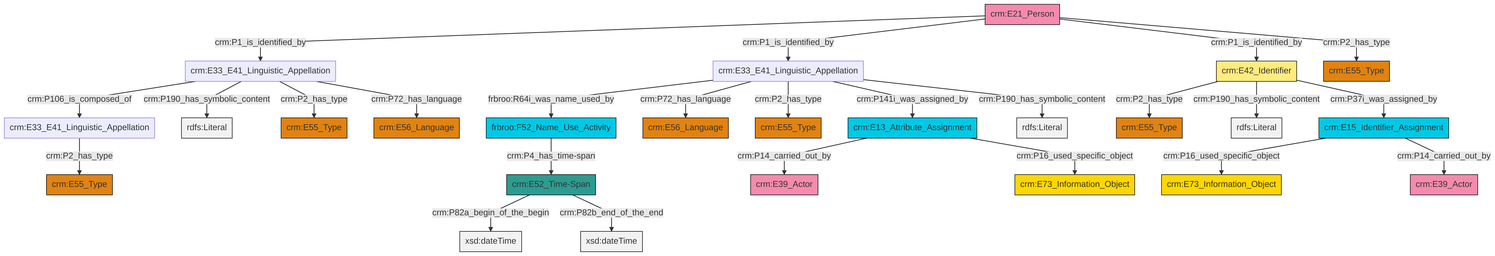
Before: et/personCSV/ttl/mmd/png/Person_Names_and_Classification.png, a diagram exported from Mermaid (swiss-art-research-net/docs.swissartresearch). Its source is kept beside it as et/personCSV/ttl/mmd/Person_Names_and_Classification.ttl.mmd.
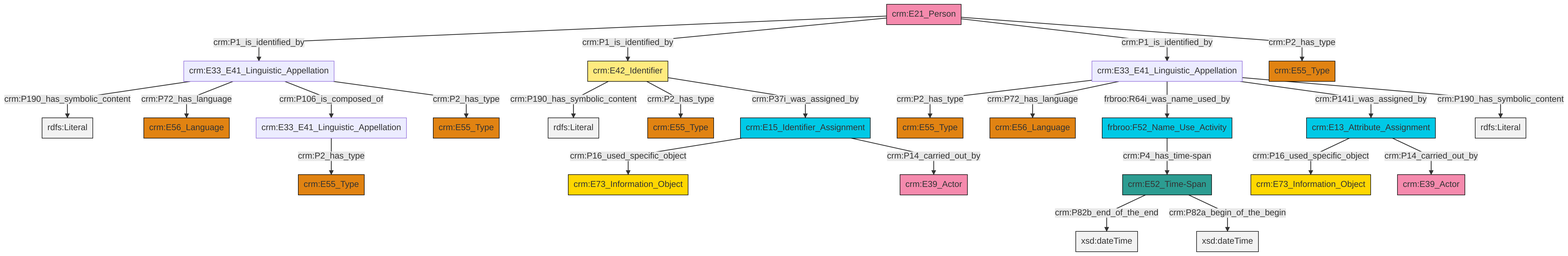
After the change.

What changed in the source:
```diff
@@ -13,27 +13,27 @@
 classDef PC_Classes fill:#4ce600, stroke:#000000;
 classDef Multi fill:#cccccc,stroke:#000000;
 
-4["crm:E21_Person"]:::Actor -->|crm:P1_is_identified_by| 5["crm:E33_E41_Linguistic_Appellation"]:::Default
-2["frbroo:F52_Name_Use_Activity"]:::Temporal_Entity -->|crm:P4_has_time-span| 6["crm:E52_Time-Span"]:::Time-Span
-4["crm:E21_Person"]:::Actor -->|crm:P1_is_identified_by| 7["crm:E33_E41_Linguistic_Appellation"]:::Default
-4["crm:E21_Person"]:::Actor -->|crm:P1_is_identified_by| 8["crm:E42_Identifier"]:::Appellation
-8["crm:E42_Identifier"]:::Appellation -->|crm:P2_has_type| 10["crm:E55_Type"]:::Type
-5["crm:E33_E41_Linguistic_Appellation"]:::Default -->|crm:P106_is_composed_of| 16["crm:E33_E41_Linguistic_Appellation"]:::Default
-5["crm:E33_E41_Linguistic_Appellation"]:::Default -->|crm:P190_has_symbolic_content| 17[rdfs:Literal]:::Literal
-5["crm:E33_E41_Linguistic_Appellation"]:::Default -->|crm:P2_has_type| 20["crm:E55_Type"]:::Type
-6["crm:E52_Time-Span"]:::Time-Span -->|crm:P82a_begin_of_the_begin| 21[xsd:dateTime]:::Literal
-7["crm:E33_E41_Linguistic_Appellation"]:::Default -->|frbroo:R64i_was_name_used_by| 2["frbroo:F52_Name_Use_Activity"]:::Temporal_Entity
-18["crm:E15_Identifier_Assignment"]:::Temporal_Entity -->|crm:P16_used_specific_object| 13["crm:E73_Information_Object"]:::Conceptual_Object
-24["crm:E13_Attribute_Assignment"]:::Temporal_Entity -->|crm:P14_carried_out_by| 25["crm:E39_Actor"]:::Actor
-8["crm:E42_Identifier"]:::Appellation -->|crm:P190_has_symbolic_content| 26[rdfs:Literal]:::Literal
-7["crm:E33_E41_Linguistic_Appellation"]:::Default -->|crm:P72_has_language| 30["crm:E56_Language"]:::Type
-7["crm:E33_E41_Linguistic_Appellation"]:::Default -->|crm:P2_has_type| 11["crm:E55_Type"]:::Type
-5["crm:E33_E41_Linguistic_Appellation"]:::Default -->|crm:P72_has_language| 0["crm:E56_Language"]:::Type
-16["crm:E33_E41_Linguistic_Appellation"]:::Default -->|crm:P2_has_type| 32["crm:E55_Type"]:::Type
-7["crm:E33_E41_Linguistic_Appellation"]:::Default -->|crm:P141i_was_assigned_by| 24["crm:E13_Attribute_Assignment"]:::Temporal_Entity
-8["crm:E42_Identifier"]:::Appellation -->|crm:P37i_was_assigned_by| 18["crm:E15_Identifier_Assignment"]:::Temporal_Entity
-18["crm:E15_Identifier_Assignment"]:::Temporal_Entity -->|crm:P14_carried_out_by| 34["crm:E39_Actor"]:::Actor
-7["crm:E33_E41_Linguistic_Appellation"]:::Default -->|crm:P190_has_symbolic_content| 41[rdfs:Literal]:::Literal
-24["crm:E13_Attribute_Assignment"]:::Temporal_Entity -->|crm:P16_used_specific_object| 42["crm:E73_Information_Object"]:::Conceptual_Object
-4["crm:E21_Person"]:::Actor -->|crm:P2_has_type| 39["crm:E55_Type"]:::Type
-6["crm:E52_Time-Span"]:::Time-Span -->|crm:P82b_end_of_the_end| 45[xsd:dateTime]:::Literal
+2["crm:E33_E41_Linguistic_Appellation"]:::Default -->|crm:P2_has_type| 3["crm:E55_Type"]:::Type
+8["crm:E52_Time-Span"]:::Time-Span -->|crm:P82b_end_of_the_end| 9[xsd:dateTime]:::Literal
+2["crm:E33_E41_Linguistic_Appellation"]:::Default -->|crm:P72_has_language| 10["crm:E56_Language"]:::Type
+13["crm:E42_Identifier"]:::Appellation -->|crm:P190_has_symbolic_content| 14[rdfs:Literal]:::Literal
+15["crm:E21_Person"]:::Actor -->|crm:P1_is_identified_by| 16["crm:E33_E41_Linguistic_Appellation"]:::Default
+15["crm:E21_Person"]:::Actor -->|crm:P1_is_identified_by| 13["crm:E42_Identifier"]:::Appellation
+2["crm:E33_E41_Linguistic_Appellation"]:::Default -->|frbroo:R64i_was_name_used_by| 4["frbroo:F52_Name_Use_Activity"]:::Temporal_Entity
+8["crm:E52_Time-Span"]:::Time-Span -->|crm:P82a_begin_of_the_begin| 23[xsd:dateTime]:::Literal
+13["crm:E42_Identifier"]:::Appellation -->|crm:P2_has_type| 24["crm:E55_Type"]:::Type
+6["crm:E13_Attribute_Assignment"]:::Temporal_Entity -->|crm:P16_used_specific_object| 11["crm:E73_Information_Object"]:::Conceptual_Object
+16["crm:E33_E41_Linguistic_Appellation"]:::Default -->|crm:P190_has_symbolic_content| 27[rdfs:Literal]:::Literal
+2["crm:E33_E41_Linguistic_Appellation"]:::Default -->|crm:P141i_was_assigned_by| 6["crm:E13_Attribute_Assignment"]:::Temporal_Entity
+15["crm:E21_Person"]:::Actor -->|crm:P1_is_identified_by| 2["crm:E33_E41_Linguistic_Appellation"]:::Default
+18["crm:E15_Identifier_Assignment"]:::Temporal_Entity -->|crm:P16_used_specific_object| 33["crm:E73_Information_Object"]:::Conceptual_Object
+16["crm:E33_E41_Linguistic_Appellation"]:::Default -->|crm:P72_has_language| 29["crm:E56_Language"]:::Type
+6["crm:E13_Attribute_Assignment"]:::Temporal_Entity -->|crm:P14_carried_out_by| 21["crm:E39_Actor"]:::Actor
+16["crm:E33_E41_Linguistic_Appellation"]:::Default -->|crm:P106_is_composed_of| 31["crm:E33_E41_Linguistic_Appellation"]:::Default
+16["crm:E33_E41_Linguistic_Appellation"]:::Default -->|crm:P2_has_type| 34["crm:E55_Type"]:::Type
+18["crm:E15_Identifier_Assignment"]:::Temporal_Entity -->|crm:P14_carried_out_by| 25["crm:E39_Actor"]:::Actor
+2["crm:E33_E41_Linguistic_Appellation"]:::Default -->|crm:P190_has_symbolic_content| 35[rdfs:Literal]:::Literal
+13["crm:E42_Identifier"]:::Appellation -->|crm:P37i_was_assigned_by| 18["crm:E15_Identifier_Assignment"]:::Temporal_Entity
+31["crm:E33_E41_Linguistic_Appellation"]:::Default -->|crm:P2_has_type| 38["crm:E55_Type"]:::Type
+4["frbroo:F52_Name_Use_Activity"]:::Temporal_Entity -->|crm:P4_has_time-span| 8["crm:E52_Time-Span"]:::Time-Span
+15["crm:E21_Person"]:::Actor -->|crm:P2_has_type| 0["crm:E55_Type"]:::Type
```
